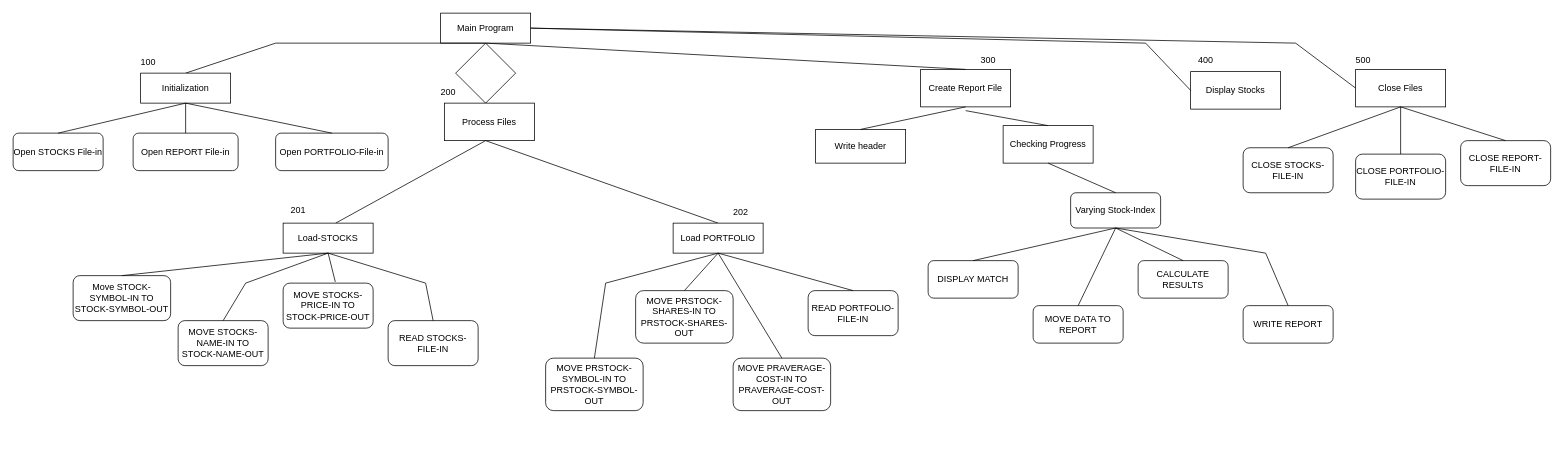
The draw.io diagram Project2.drawio in philvilla25/cobolProject2, before the edit. Source tidied: cells renumbered, new cells numbered last; positions are measured from the earlier drawing's top-left corner, leaving out a move shared by most shapes. Both pictures are drawn from the tidied source at 75%, with x=0, y=0 at pixel (13, 13).
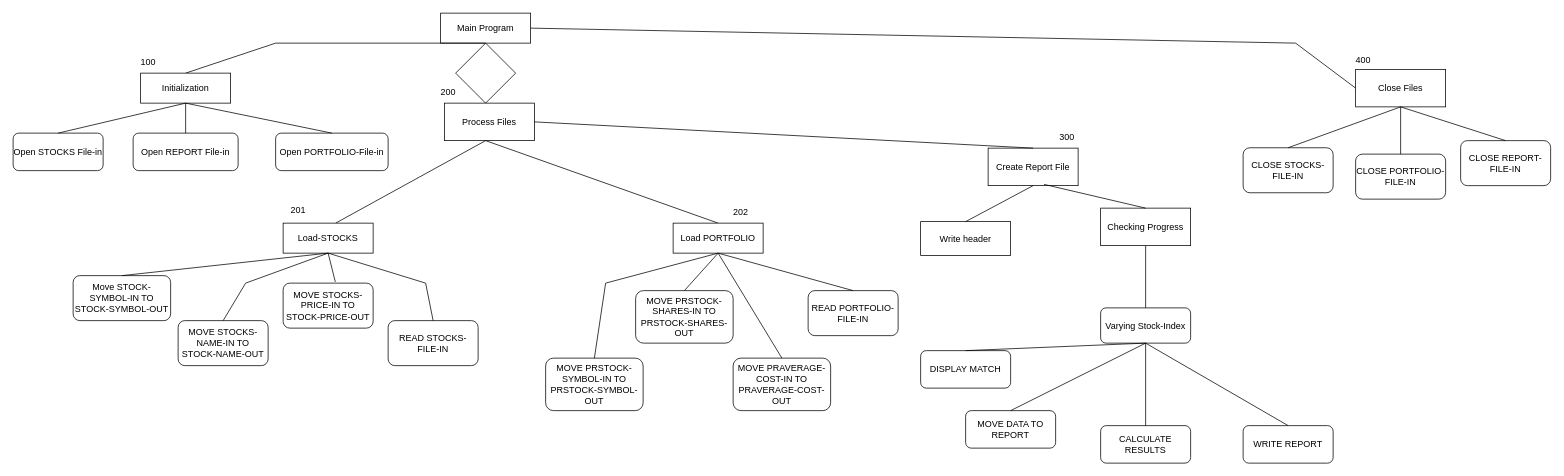
The same diagram, later.

The change refers to these unchanged cells:
```xml
<mxCell id="2" value="Main Program" style="rounded=0;whiteSpace=wrap;html=1;" parent="1" vertex="1">
  <mxGeometry x="570" width="120" height="40" as="geometry" />
</mxCell>
<mxCell id="3" style="rhombus;whiteSpace=wrap;html=1;" parent="1" vertex="1">
  <mxGeometry x="590" y="40" width="80" height="80" as="geometry" />
</mxCell>
<mxCell id="13" value="Process Files" style="rounded=0;whiteSpace=wrap;html=1;" parent="1" vertex="1">
  <mxGeometry x="575" y="120" width="120" height="50" as="geometry" />
</mxCell>
```

Change to the diagram source:
```diff
@@
     <mxCell id="37" value="Create Report File" style="rounded=0;whiteSpace=wrap;html=1;" parent="1" vertex="1">
-      <mxGeometry x="1210" y="75" width="120" height="50" as="geometry" />
+      <mxGeometry x="1300" y="180" width="120" height="50" as="geometry" />
     </mxCell>
-    <mxCell id="38" style="endArrow=none;html=1;rounded=0;entryX=0.5;entryY=0;entryDx=0;entryDy=0;exitX=0.5;exitY=0;exitDx=0;exitDy=0;" parent="1" edge="1" source="37" target="3">
+    <mxCell id="38" style="endArrow=none;html=1;rounded=0;entryX=1;entryY=0.5;entryDx=0;entryDy=0;exitX=0.5;exitY=0;exitDx=0;exitDy=0;" parent="1" edge="1" source="37" target="13">
       <mxGeometry relative="1" as="geometry" />
     </mxCell>
     <mxCell id="39" value="Write header" style="rounded=0;whiteSpace=wrap;html=1;" parent="1" vertex="1">
-      <mxGeometry x="1070" y="155" width="120" height="45" as="geometry" />
+      <mxGeometry x="1210" y="278" width="120" height="45" as="geometry" />
     </mxCell>
     <mxCell id="40" value="Checking Progress" style="rounded=0;whiteSpace=wrap;html=1;" parent="1" vertex="1">
-      <mxGeometry x="1320" y="150" width="120" height="50" as="geometry" />
+      <mxGeometry x="1450" y="260" width="120" height="50" as="geometry" />
     </mxCell>
     <mxCell id="41" value="Varying Stock-Index" style="rounded=1;whiteSpace=wrap;html=1;" parent="1" vertex="1">
-      <mxGeometry x="1410" y="239.5" width="120" height="47" as="geometry" />
+      <mxGeometry x="1450" y="393" width="120" height="47" as="geometry" />
     </mxCell>
     <mxCell id="42" value="WRITE REPORT" style="rounded=1;whiteSpace=wrap;html=1;" parent="1" vertex="1">
-      <mxGeometry x="1640" y="390" width="120" height="50" as="geometry" />
+      <mxGeometry x="1640" y="550" width="120" height="50" as="geometry" />
     </mxCell>
     <mxCell id="43" value="DISPLAY MATCH" style="rounded=1;whiteSpace=wrap;html=1;" parent="1" vertex="1">
-      <mxGeometry x="1220" y="330" width="120" height="50" as="geometry" />
+      <mxGeometry x="1210" y="450" width="120" height="50" as="geometry" />
     </mxCell>
     <mxCell id="44" value="MOVE DATA TO REPORT" style="rounded=1;whiteSpace=wrap;html=1;" parent="1" vertex="1">
-      <mxGeometry x="1360" y="390" width="120" height="50" as="geometry" />
+      <mxGeometry x="1270" y="530" width="120" height="50" as="geometry" />
     </mxCell>
     <mxCell id="45" value="CALCULATE RESULTS" style="rounded=1;whiteSpace=wrap;html=1;" parent="1" vertex="1">
-      <mxGeometry x="1500" y="330" width="120" height="50" as="geometry" />
+      <mxGeometry x="1450" y="550" width="120" height="50" as="geometry" />
     </mxCell>
     <mxCell id="46" style="endArrow=none;html=1;rounded=0;entryX=0.5;entryY=1;entryDx=0;entryDy=0;exitX=0.5;exitY=0;exitDx=0;exitDy=0;" parent="1" edge="1" source="42" target="41">
-      <mxGeometry relative="1" as="geometry">
-        <Array as="points">
-          <mxPoint x="1670" y="320" />
-        </Array>
-      </mxGeometry>
+      <mxGeometry relative="1" as="geometry" />
     </mxCell>
@@
-    <mxCell id="51" style="endArrow=none;html=1;rounded=0;exitX=0.5;exitY=0;exitDx=0;exitDy=0;" parent="1" edge="1" source="40">
-      <mxGeometry relative="1" as="geometry">
-        <mxPoint x="1270" y="130" as="targetPoint" />
-      </mxGeometry>
+    <mxCell id="51" style="endArrow=none;html=1;rounded=0;exitX=0.5;exitY=0;exitDx=0;exitDy=0;entryX=0.622;entryY=0.967;entryDx=0;entryDy=0;entryPerimeter=0;" parent="1" edge="1" source="40" target="37">
+      <mxGeometry relative="1" as="geometry" />
     </mxCell>
@@
     <mxCell id="53" value="300" style="text;html=1;align=center;verticalAlign=middle;strokeColor=none;fillColor=none;" parent="1" vertex="1">
-      <mxGeometry x="1280" y="48" width="40" height="30" as="geometry" />
+      <mxGeometry x="1385" y="149.5" width="40" height="30" as="geometry" />
     </mxCell>
-    <mxCell id="54" value="Display Stocks" style="rounded=0;whiteSpace=wrap;html=1;" parent="1" vertex="1">
-      <mxGeometry x="1570" y="78" width="120" height="50" as="geometry" />
-    </mxCell>
-    <mxCell id="55" style="endArrow=none;html=1;rounded=0;exitX=0;exitY=0.5;exitDx=0;exitDy=0;entryX=1;entryY=0.5;entryDx=0;entryDy=0;" parent="1" edge="1" source="54" target="2">
-      <mxGeometry relative="1" as="geometry">
-        <Array as="points">
-          <mxPoint x="1510" y="40" />
-        </Array>
-      </mxGeometry>
-    </mxCell>
-    <mxCell id="56" value="400" style="text;html=1;align=center;verticalAlign=middle;strokeColor=none;fillColor=none;" parent="1" vertex="1">
-      <mxGeometry x="1570" y="48" width="40" height="30" as="geometry" />
-    </mxCell>
@@
-    <mxCell id="65" value="500" style="text;html=1;align=center;verticalAlign=middle;strokeColor=none;fillColor=none;" parent="1" vertex="1">
+    <mxCell id="65" value="400" style="text;html=1;align=center;verticalAlign=middle;strokeColor=none;fillColor=none;" parent="1" vertex="1">
       <mxGeometry x="1780" y="48" width="40" height="30" as="geometry" />
     </mxCell>
```
